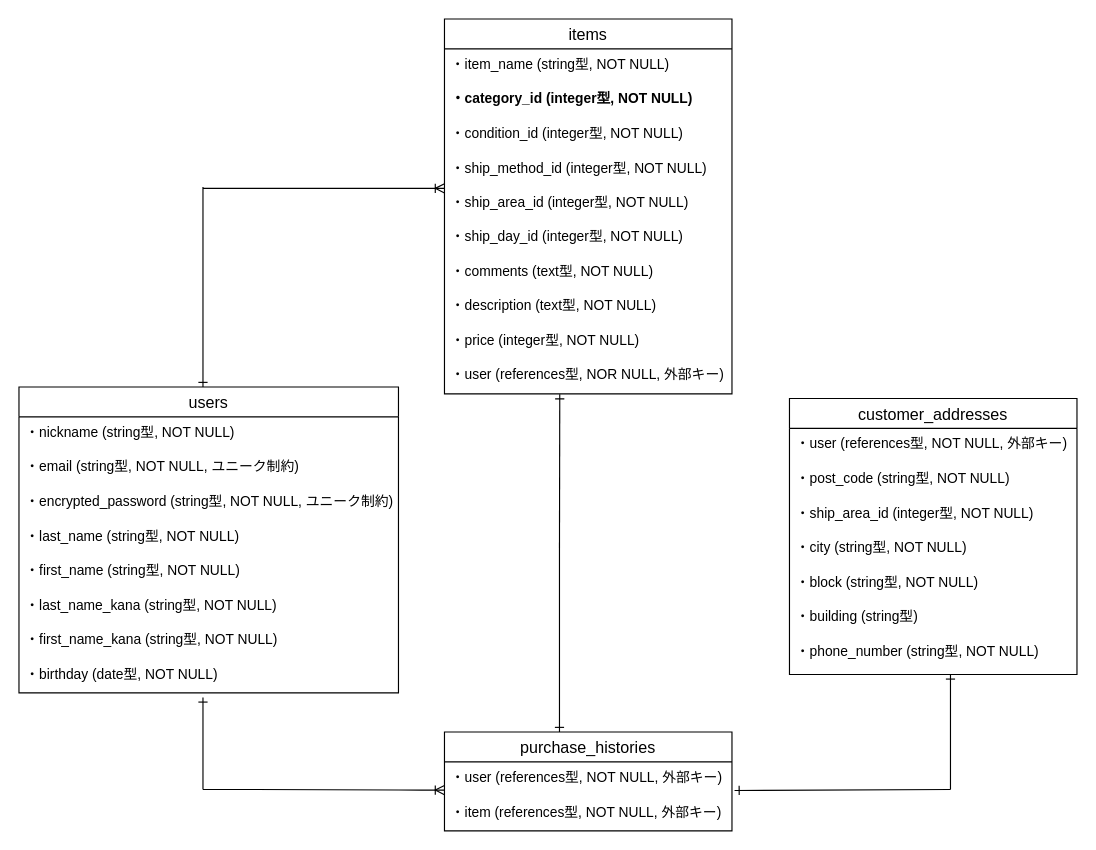
Earlier version of the draw.io diagram furima.dio (sin-bit0731/furima-39482). Source tidied: cells renumbered, new cells numbered last; positions are measured from the earlier drawing's top-left corner, leaving out a move shared by most shapes. Both pictures are drawn from the tidied source at 115%, with x=0, y=0 at pixel (18, 18).
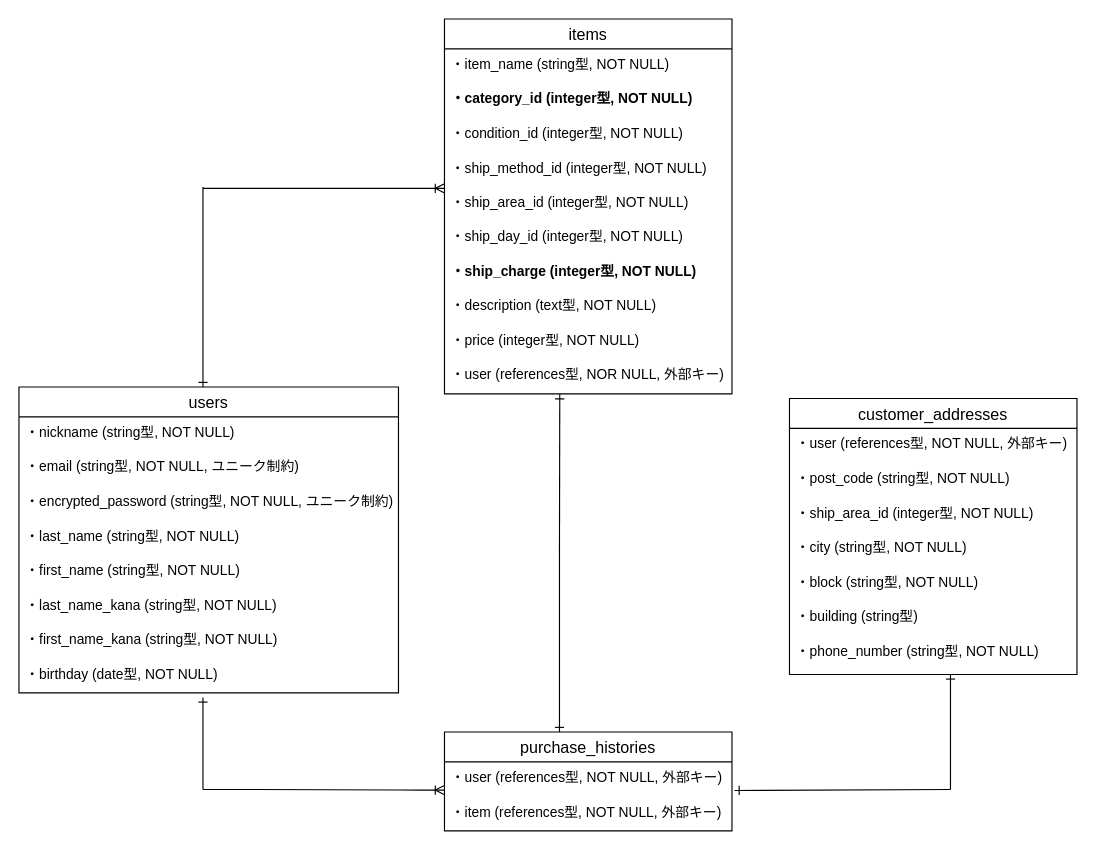
After the change.

Unchanged cells that the change refers to:
```xml
<mxCell id="12" value="items" style="swimlane;fontStyle=0;horizontal=1;startSize=26;align=center;fontSize=14;" parent="1" vertex="1">
  <mxGeometry x="370" width="250" height="326" as="geometry" />
</mxCell>
```

Diff of the diagram source:
```diff
@@
-    <mxCell id="19" value="・comments (text型, NOT NULL)" style="text;strokeColor=none;fillColor=none;spacingLeft=4;spacingRight=4;overflow=hidden;fontSize=12;" parent="12" vertex="1">
+    <mxCell id="19" value="・ship_charge (integer型, NOT NULL)" style="text;strokeColor=none;fillColor=none;spacingLeft=4;spacingRight=4;overflow=hidden;fontSize=12;fontStyle=1;" parent="12" vertex="1">
       <mxGeometry y="206" width="250" height="30" as="geometry" />
     </mxCell>
```
